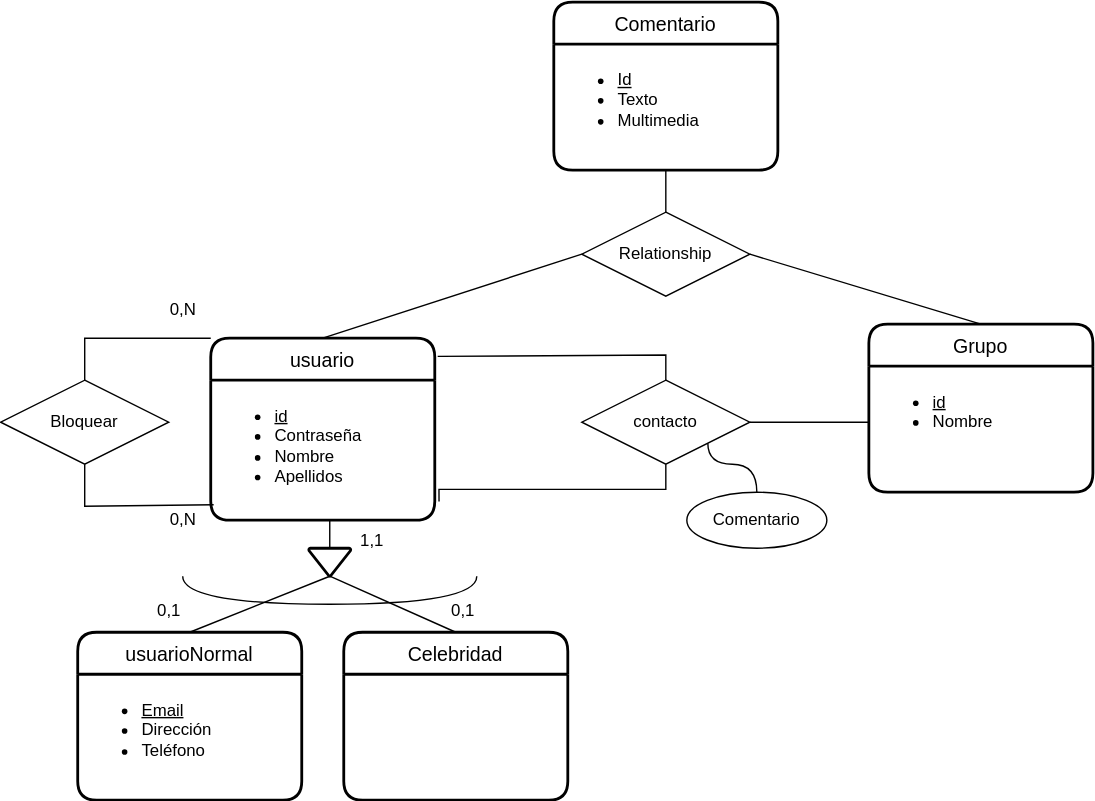
This is UD12-14.svg from Jimxx22/C3-UD11-UML, a draw.io export, as it was before one commit. Source tidied: cells renumbered, new cells last; positions are measured from the earlier drawing's top-left corner, leaving out a move shared by most shapes.
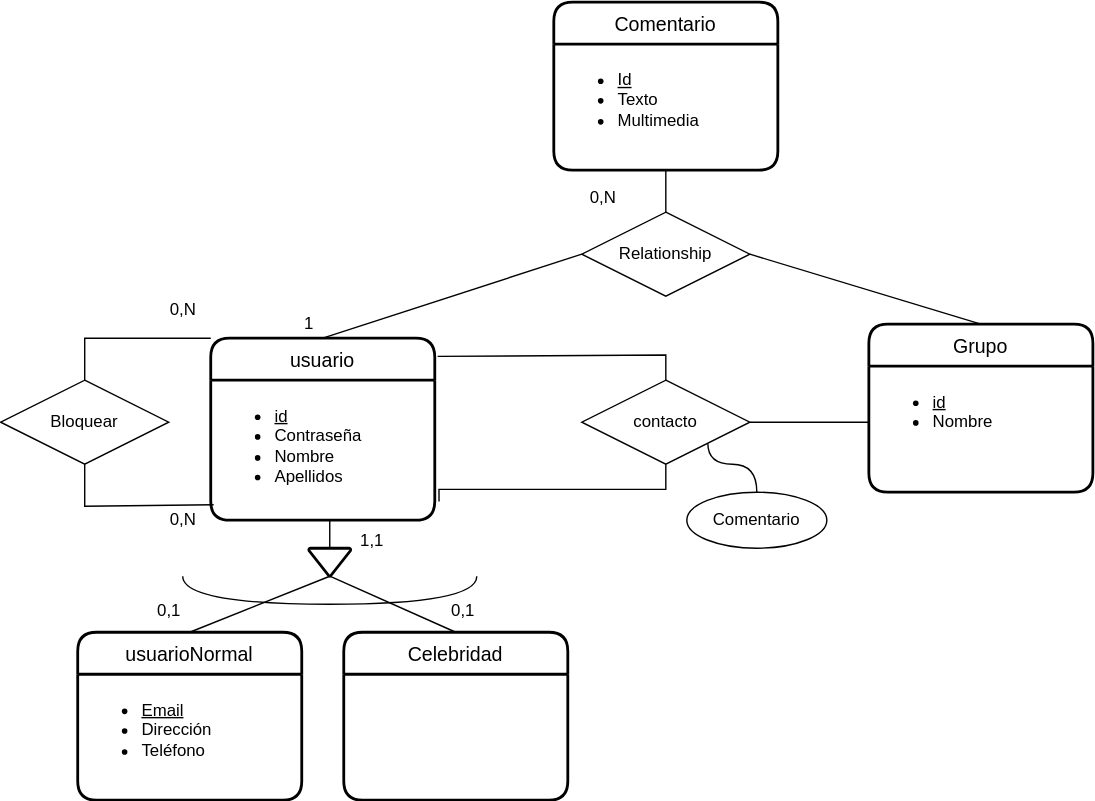
After the commit.

The edit, as a diff of the source:
```diff
@@ -118,5 +118,11 @@
     <mxCell id="33" value="0,N" style="text;html=1;align=center;verticalAlign=middle;strokeColor=none;fillColor=none;" parent="1" vertex="1">
       <mxGeometry x="110" y="355" width="40" height="30" as="geometry" />
     </mxCell>
+    <mxCell id="34" value="1" style="text;html=1;align=center;verticalAlign=middle;strokeColor=none;fillColor=none;" parent="1" vertex="1">
+      <mxGeometry x="205" y="215" width="30" height="30" as="geometry" />
+    </mxCell>
+    <mxCell id="35" value="0,N" style="text;html=1;align=center;verticalAlign=middle;strokeColor=none;fillColor=none;" parent="1" vertex="1">
+      <mxGeometry x="410" y="125" width="40" height="30" as="geometry" />
+    </mxCell>
   </root>
 </mxGraphModel>
```
